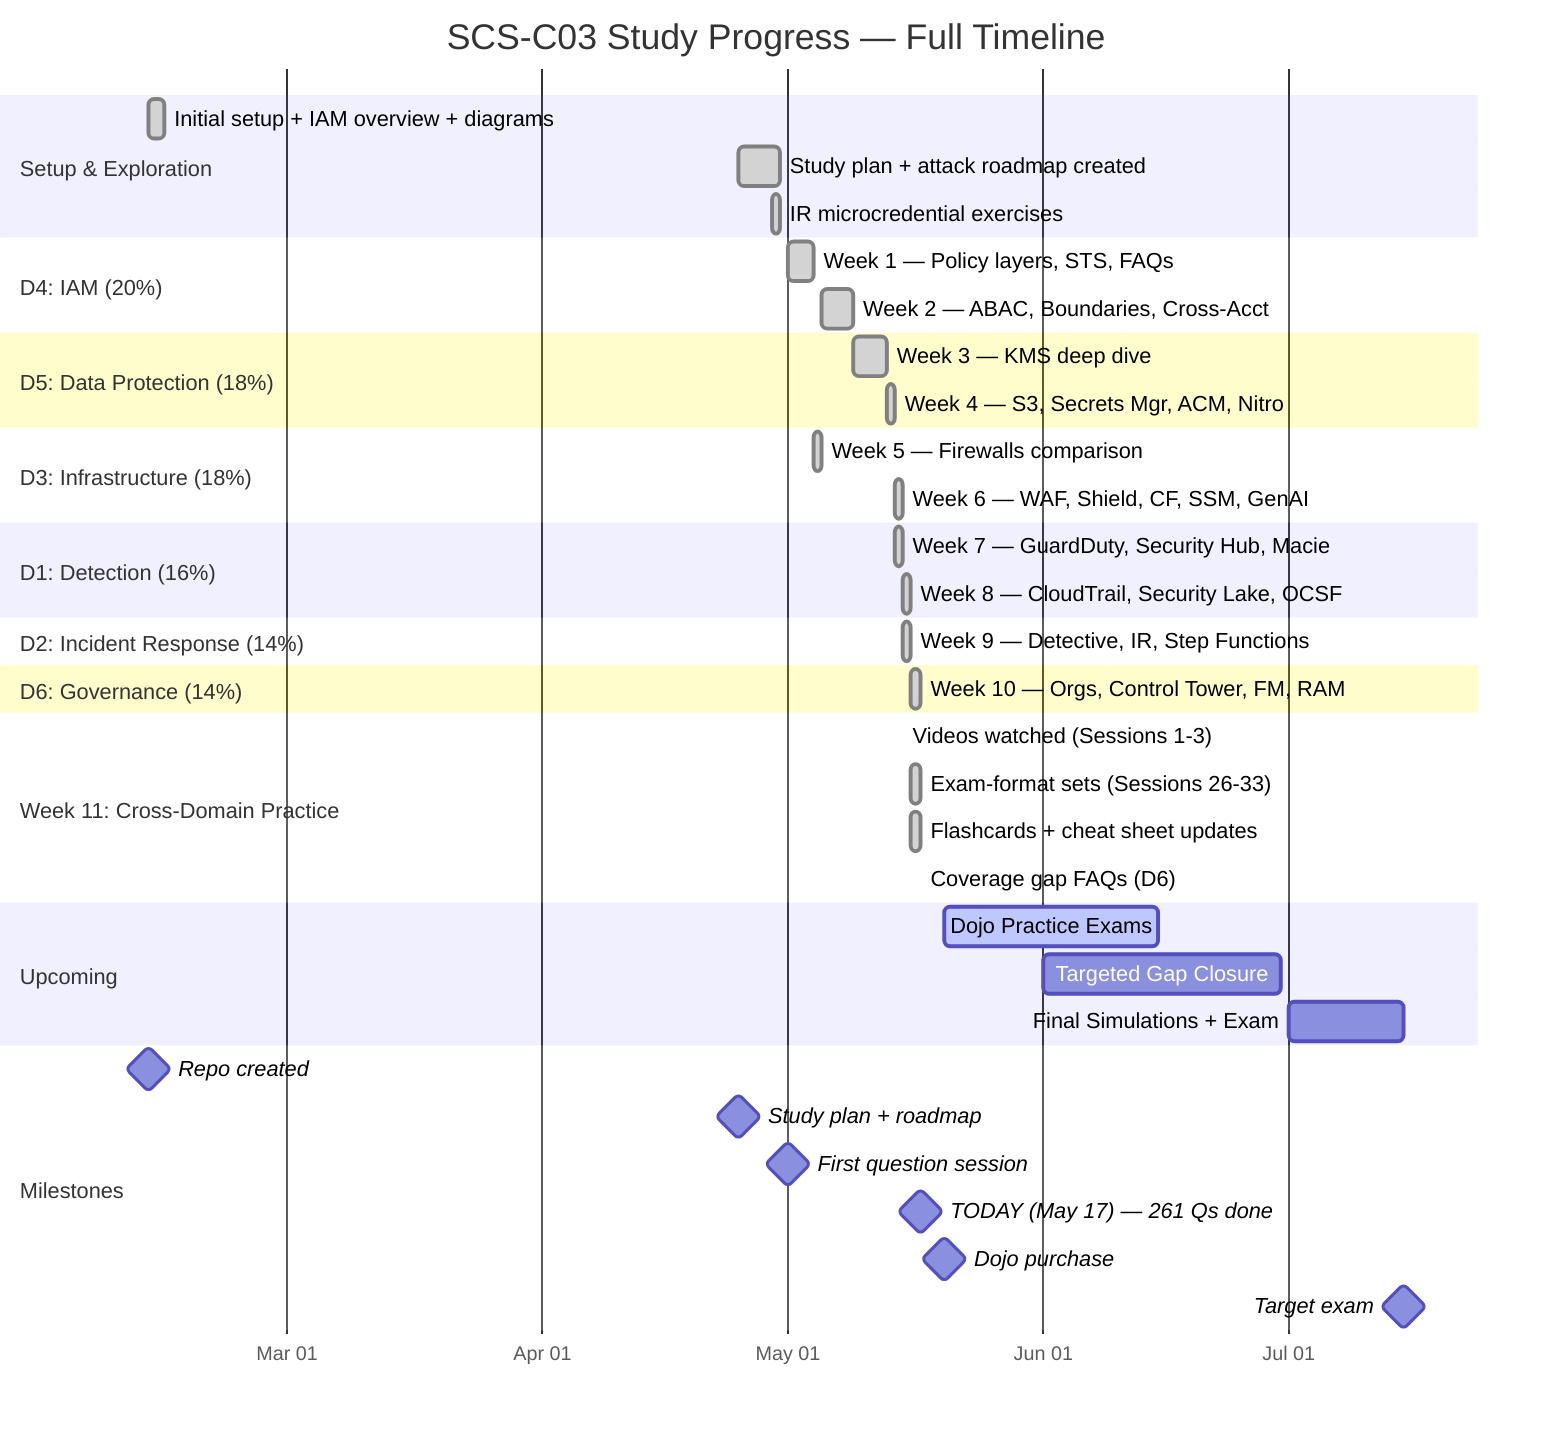
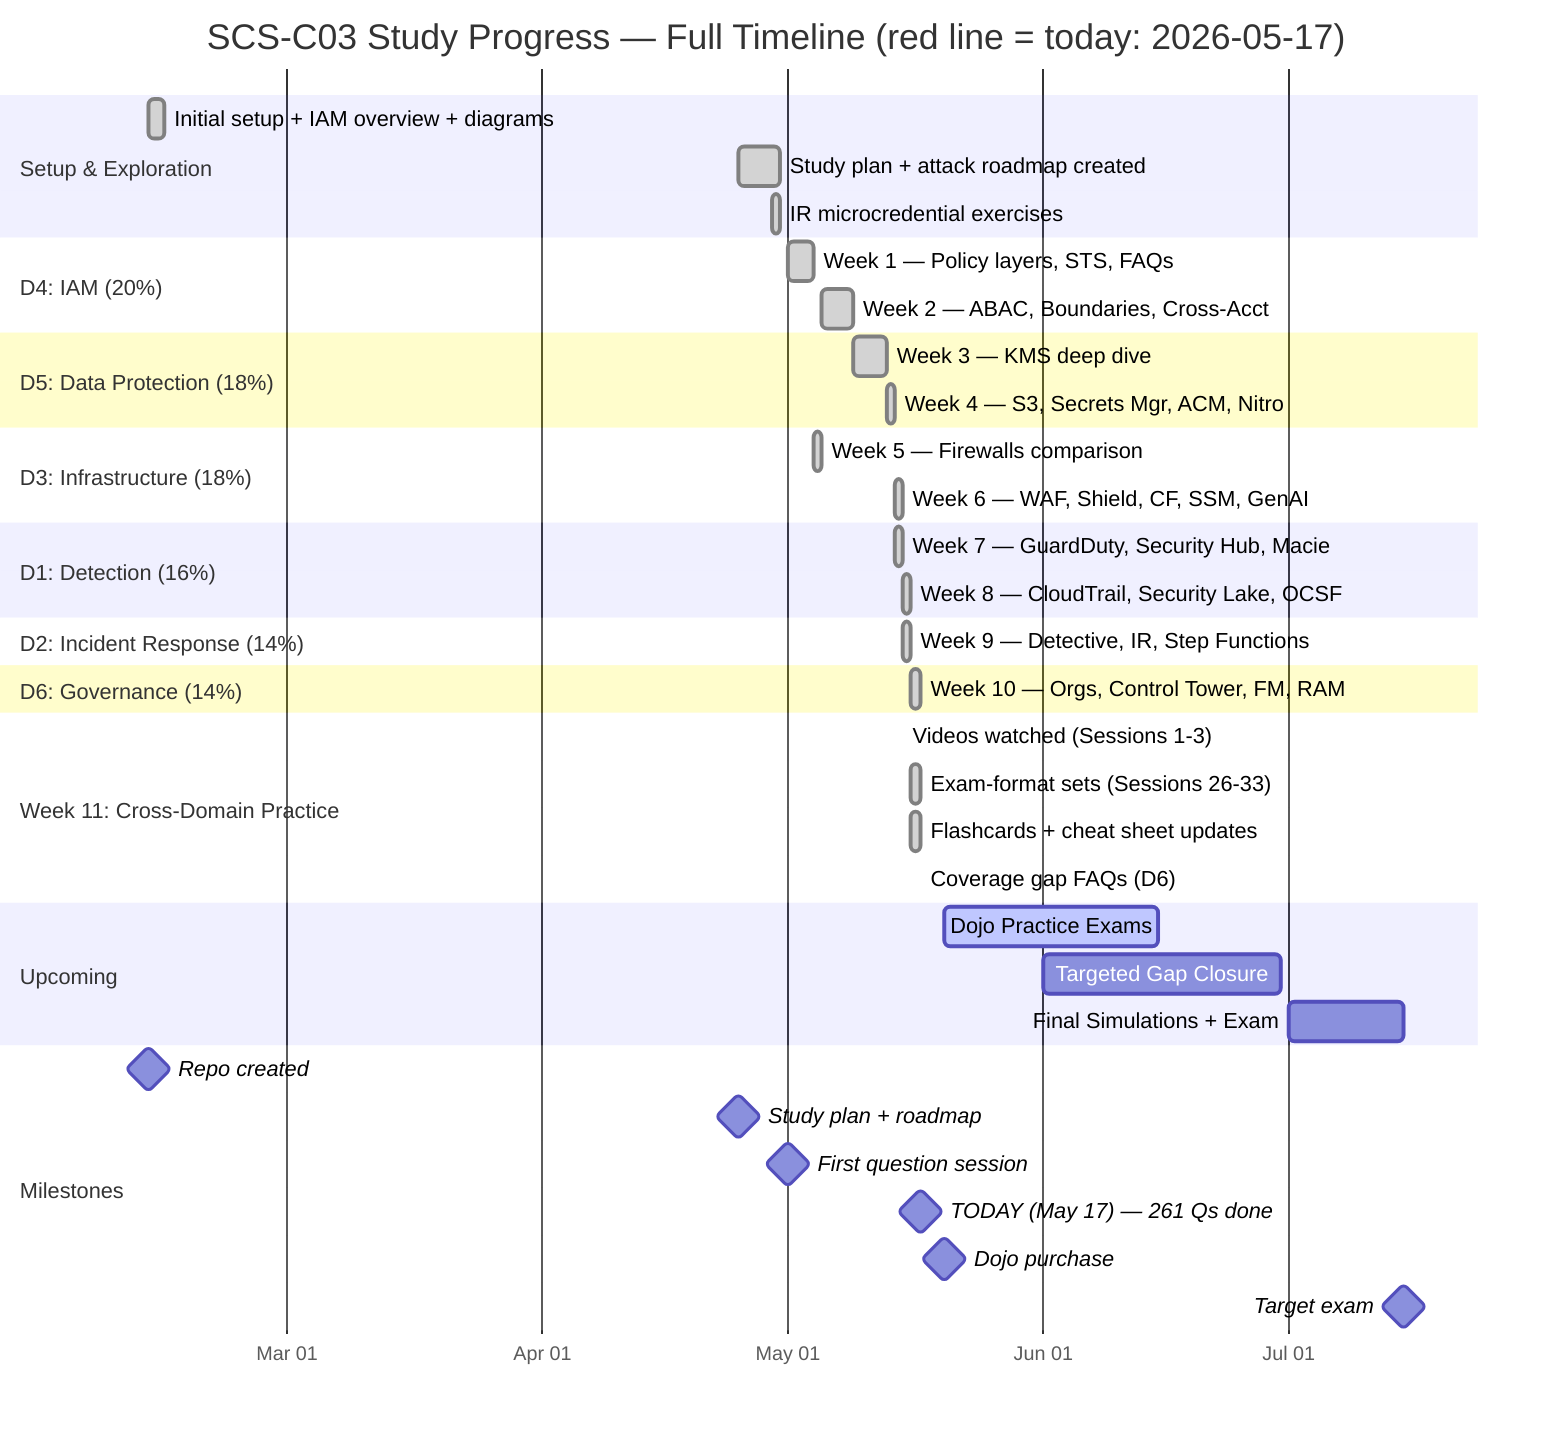
gantt
-     title SCS-C03 Study Progress — Full Timeline
+     title SCS-C03 Study Progress — Full Timeline (red line = today: 2026-05-17)
    dateFormat YYYY-MM-DD
    axisFormat %b %d

    section Setup & Exploration
    Initial setup + IAM overview + diagrams  :done, setup, 2026-02-12, 2026-02-14
    Study plan + attack roadmap created      :done, plan, 2026-04-25, 2026-04-30
    IR microcredential exercises             :done, ir_micro, 2026-04-29, 2026-04-30

    section D4: IAM (20%)
    Week 1 — Policy layers, STS, FAQs        :done, w1, 2026-05-01, 2026-05-04
    Week 2 — ABAC, Boundaries, Cross-Acct    :done, w2, 2026-05-05, 2026-05-09

    section D5: Data Protection (18%)
    Week 3 — KMS deep dive                   :done, w3, 2026-05-09, 2026-05-13
    Week 4 — S3, Secrets Mgr, ACM, Nitro     :done, w4, 2026-05-13, 2026-05-14

    section D3: Infrastructure (18%)
    Week 5 — Firewalls comparison            :done, w5, 2026-05-04, 2026-05-05
    Week 6 — WAF, Shield, CF, SSM, GenAI     :done, w6, 2026-05-14, 2026-05-15

    section D1: Detection (16%)
    Week 7 — GuardDuty, Security Hub, Macie  :done, w7, 2026-05-14, 2026-05-15
    Week 8 — CloudTrail, Security Lake, OCSF :done, w8, 2026-05-15, 2026-05-16

    section D2: Incident Response (14%)
    Week 9 — Detective, IR, Step Functions   :done, w9, 2026-05-15, 2026-05-16

    section D6: Governance (14%)
    Week 10 — Orgs, Control Tower, FM, RAM   :done, w10, 2026-05-16, 2026-05-17

    section Week 11: Cross-Domain Practice
    Videos watched (Sessions 1-3)            :done, vid, 2026-05-15, 2026-05-15
    Exam-format sets (Sessions 26-33)        :done, w11a, 2026-05-16, 2026-05-17
    Flashcards + cheat sheet updates         :done, w11b, 2026-05-16, 2026-05-17
    Coverage gap FAQs (D6)                   :done, w11c, 2026-05-17, 2026-05-17

    section Upcoming
    Dojo Practice Exams                      :active, dojo, 2026-05-20, 2026-06-15
    Targeted Gap Closure                     :gaps, 2026-06-01, 2026-06-30
    Final Simulations + Exam                 :exam, 2026-07-01, 2026-07-15

    section Milestones
    Repo created                             :milestone, m0, 2026-02-12, 0d
    Study plan + roadmap                     :milestone, m1, 2026-04-25, 0d
    First question session                   :milestone, m2, 2026-05-01, 0d
    TODAY (May 17) — 261 Qs done             :milestone, m3, 2026-05-17, 0d
    Dojo purchase                            :milestone, m4, 2026-05-20, 0d
    Target exam                              :milestone, m5, 2026-07-15, 0d
